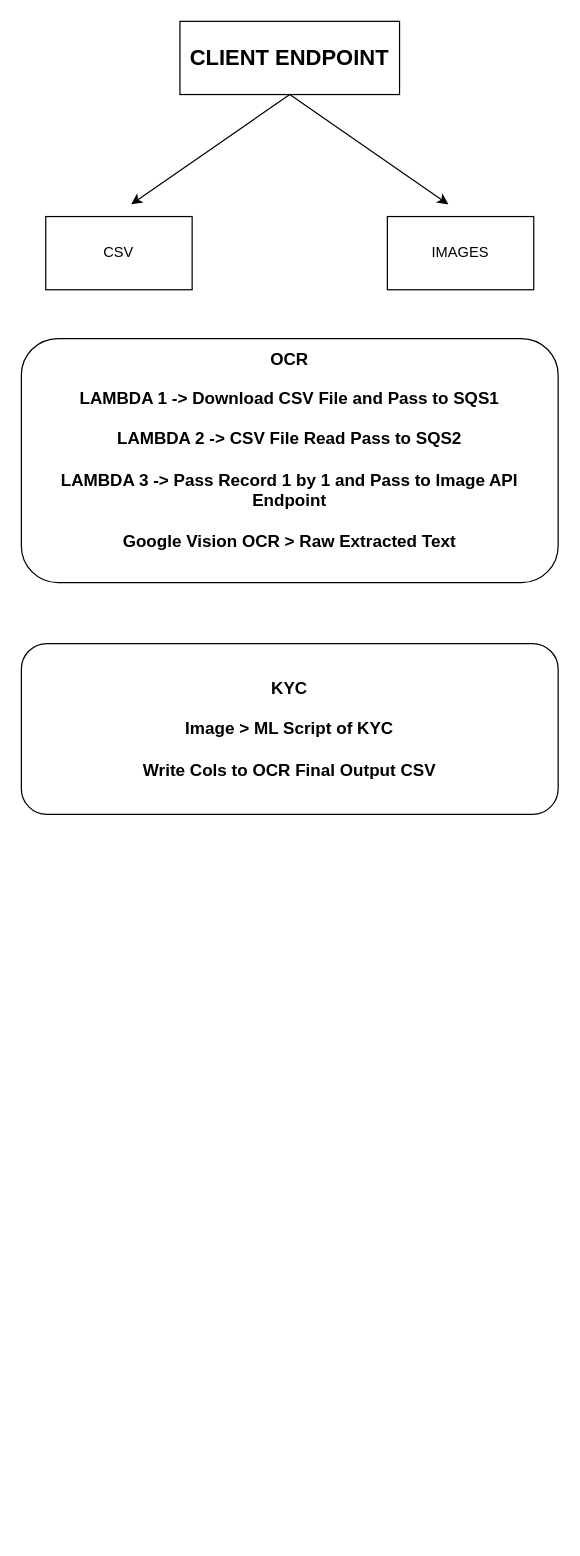
The draw.io diagram Progress.drawio in rushikesh-mallanath/draw, before the edit. Source tidied: cells renumbered, new cells numbered last; positions are measured from the earlier drawing's top-left corner, leaving out a move shared by most shapes. Both pictures are drawn from the tidied source at 122%, with x=0, y=0 at pixel (21, 21).
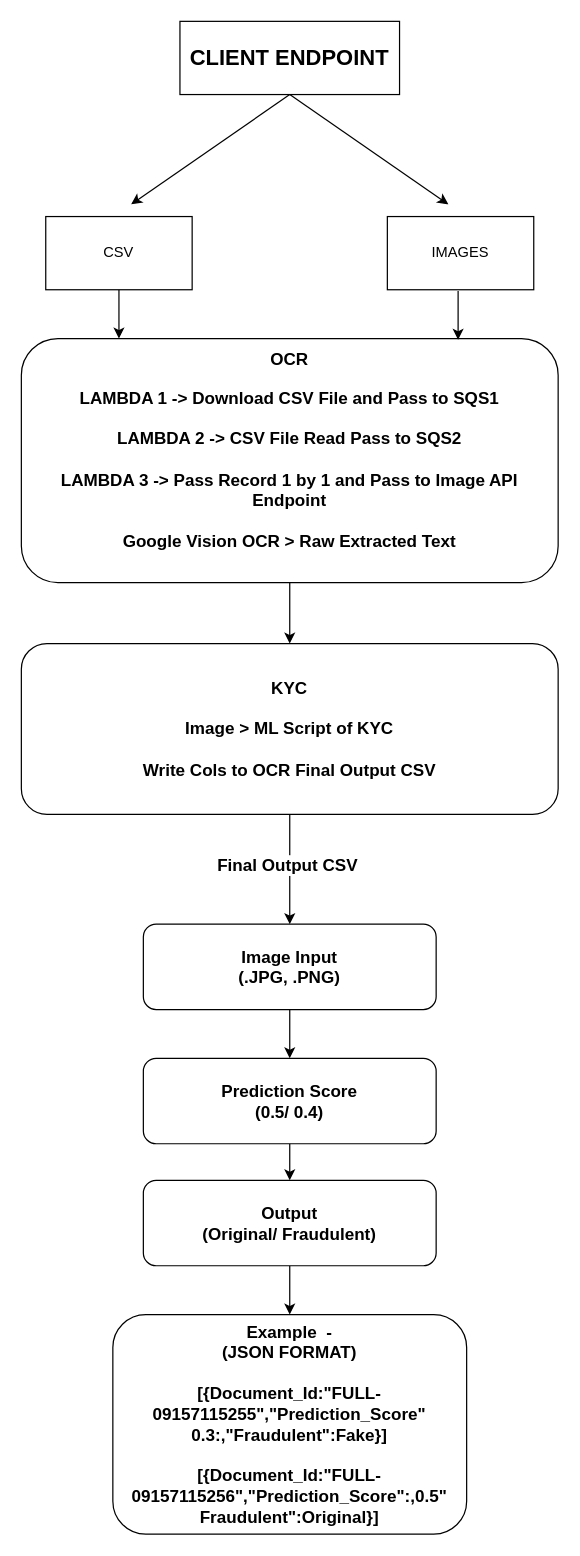
Above is the later version.

The change refers to these unchanged cells:
```xml
<mxCell id="5" value="CSV" style="rounded=0;whiteSpace=wrap;html=1;" parent="1" vertex="1">
  <mxGeometry x="20" y="160" width="120" height="60" as="geometry" />
</mxCell>
<mxCell id="7" value="&lt;font style=&quot;&quot;&gt;&lt;b style=&quot;font-size: 14px;&quot;&gt;OCR&lt;br&gt;&lt;/b&gt;&lt;br&gt;&lt;b&gt;&lt;font style=&quot;font-size: 14px;&quot;&gt;LAMBDA 1 -&amp;gt; Download CSV File and Pass to SQS1&lt;br&gt;&lt;br&gt;LAMBDA 2 -&amp;gt; CSV File Read Pass to SQS2 &lt;br&gt;&lt;br&gt;LAMBDA 3 -&amp;gt; Pass Record 1 by 1 and Pass to Image API Endpoint &lt;br&gt;&lt;br&gt;Google Vision OCR &amp;gt; Raw Extracted Text&lt;/font&gt;&lt;/b&gt;&lt;br&gt;&lt;/font&gt;&lt;font style=&quot;&quot;&gt;&lt;div style=&quot;font-size: 14px;&quot;&gt;&lt;span style=&quot;background-color: initial;&quot;&gt;&lt;br&gt;&lt;/span&gt;&lt;/div&gt;&lt;/font&gt;" style="rounded=1;whiteSpace=wrap;html=1;align=center;" parent="1" vertex="1">
  <mxGeometry y="260" width="440" height="200" as="geometry" />
</mxCell>
<mxCell id="8" value="&lt;font style=&quot;font-size: 14px;&quot;&gt;&lt;b&gt;KYC&lt;br&gt;&lt;br&gt;Image &amp;gt; ML Script of KYC&lt;br&gt;&lt;br&gt;Write Cols to OCR Final Output CSV&lt;/b&gt;&lt;/font&gt;&lt;span style=&quot;font-size: 14px;&quot;&gt;&lt;b&gt;&lt;br&gt;&lt;/b&gt;&lt;/span&gt;" style="rounded=1;whiteSpace=wrap;html=1;align=center;" parent="1" vertex="1">
  <mxGeometry y="510" width="440" height="140" as="geometry" />
</mxCell>
```

The edit, as a diff of the source:
```diff
@@
+    <mxCell id="9" style="edgeStyle=orthogonalEdgeStyle;rounded=0;jettySize=auto;html=1;" parent="1" edge="1" source="5" target="7">
+      <mxGeometry relative="1" as="geometry">
+        <Array as="points">
+          <mxPoint x="80" y="250" />
+          <mxPoint x="80" y="250" />
+        </Array>
+      </mxGeometry>
+    </mxCell>
@@
+    <mxCell id="10" style="edgeStyle=orthogonalEdgeStyle;rounded=0;jettySize=auto;html=1;" parent="1" edge="1" source="7" target="8">
+      <mxGeometry relative="1" as="geometry" />
+    </mxCell>
@@
+    <mxCell id="11" style="edgeStyle=orthogonalEdgeStyle;rounded=0;jettySize=auto;html=1;entryX=0.5;entryY=0;entryDx=0;entryDy=0;" parent="1" edge="1" source="8" target="16">
+      <mxGeometry relative="1" as="geometry" />
+    </mxCell>
+    <mxCell id="12" value="&lt;font style=&quot;font-size: 14px;&quot;&gt;&lt;b&gt;Final Output CSV&amp;nbsp;&lt;/b&gt;&lt;/font&gt;" style="edgeLabel;html=1;align=center;verticalAlign=middle;" parent="11" vertex="1">
+      <mxGeometry x="-0.08" y="-1" relative="1" as="geometry" />
+    </mxCell>
@@
+    <mxCell id="13" style="edgeStyle=orthogonalEdgeStyle;rounded=0;orthogonalLoop=1;jettySize=auto;html=1;" parent="1" edge="1">
+      <mxGeometry relative="1" as="geometry">
+        <mxPoint x="358" y="221" as="sourcePoint" />
+        <mxPoint x="358" y="261" as="targetPoint" />
+        <Array as="points">
+          <mxPoint x="358" y="251" />
+          <mxPoint x="358" y="251" />
+        </Array>
+      </mxGeometry>
+    </mxCell>
+    <mxCell id="14" style="whiteSpace=wrap;html=1;rounded=1;" parent="1" vertex="1">
+      <mxGeometry x="160" y="770" width="120" as="geometry" />
+    </mxCell>
+    <mxCell id="15" style="edgeStyle=orthogonalEdgeStyle;rounded=0;jettySize=auto;html=1;" parent="1" edge="1" source="16" target="18">
+      <mxGeometry relative="1" as="geometry" />
+    </mxCell>
+    <mxCell id="16" value="&lt;font style=&quot;font-size: 14px;&quot;&gt;&lt;b&gt;Image Input&lt;br&gt;(.JPG, .PNG)&lt;br&gt;&lt;/b&gt;&lt;/font&gt;" style="rounded=1;whiteSpace=wrap;html=1;align=center;" parent="1" vertex="1">
+      <mxGeometry x="100" y="740" width="240" height="70" as="geometry" />
+    </mxCell>
+    <mxCell id="17" style="edgeStyle=orthogonalEdgeStyle;rounded=0;jettySize=auto;html=1;" parent="1" edge="1" source="18" target="20">
+      <mxGeometry relative="1" as="geometry" />
+    </mxCell>
+    <mxCell id="18" value="&lt;font style=&quot;&quot;&gt;&lt;b&gt;&lt;font style=&quot;font-size: 14px;&quot;&gt;&lt;font style=&quot;&quot;&gt;Prediction Score&lt;br&gt;&lt;/font&gt;(0.5/ 0.4)&lt;/font&gt;&lt;/b&gt;&lt;br&gt;&lt;/font&gt;" style="rounded=1;whiteSpace=wrap;html=1;align=center;" parent="1" vertex="1">
+      <mxGeometry x="100" y="850" width="240" height="70" as="geometry" />
+    </mxCell>
+    <mxCell id="19" style="edgeStyle=orthogonalEdgeStyle;rounded=0;jettySize=auto;html=1;" parent="1" edge="1" source="20" target="21">
+      <mxGeometry relative="1" as="geometry" />
+    </mxCell>
+    <mxCell id="20" value="&lt;font style=&quot;&quot;&gt;&lt;b&gt;&lt;font style=&quot;font-size: 14px;&quot;&gt;Output&lt;br&gt;(Original/&amp;nbsp;&lt;span style=&quot;background-color: initial;&quot;&gt;Fraudulent&lt;/span&gt;)&lt;/font&gt;&lt;/b&gt;&lt;br&gt;&lt;/font&gt;" style="rounded=1;whiteSpace=wrap;html=1;align=center;" parent="1" vertex="1">
+      <mxGeometry x="100" y="950" width="240" height="70" as="geometry" />
+    </mxCell>
+    <mxCell id="21" value="&lt;font style=&quot;&quot;&gt;&lt;font style=&quot;font-size: 14px;&quot;&gt;&lt;b&gt;&lt;font style=&quot;&quot;&gt;Example&lt;/font&gt;&lt;/b&gt;&lt;b style=&quot;border-color: var(--border-color); background-color: rgb(255, 255, 255);&quot;&gt;&amp;nbsp;&lt;/b&gt;&lt;b&gt;&lt;font style=&quot;&quot;&gt;&amp;nbsp;-&lt;br&gt;(JSON FORMAT)&lt;br&gt;&lt;br&gt;[{Document_Id:&quot;FULL-09157115255&quot;,&quot;Prediction_Score&quot; 0.3:,&quot;Fraudulent&quot;:Fake}]&lt;br&gt;&lt;/font&gt;&lt;br&gt;[{Document_Id:&quot;FULL-09157115256&quot;,&quot;Prediction_Score&quot;:,0.5&quot;&lt;br&gt;Fraudulent&quot;:Original}]&lt;/b&gt;&lt;/font&gt;&lt;br&gt;&lt;/font&gt;" style="rounded=1;whiteSpace=wrap;html=1;align=center;" parent="1" vertex="1">
+      <mxGeometry x="75" y="1060" width="290" height="180" as="geometry" />
+    </mxCell>
```
